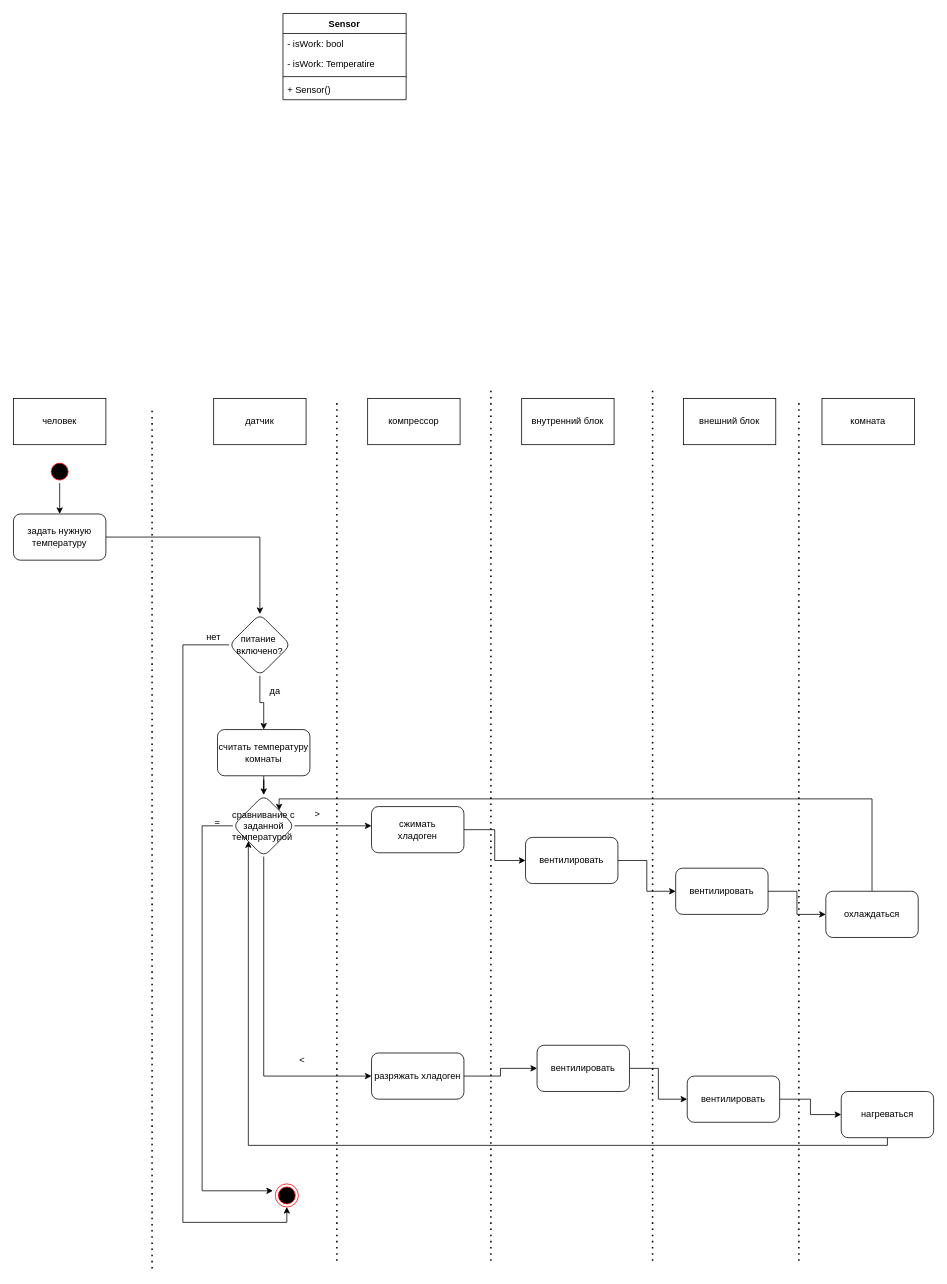
Above: exanamination.drawio in nfb1N/drawio (draw.io), before the change. Source tidied: cells renumbered, new cells numbered last; positions are measured from the earlier drawing's top-left corner, leaving out a move shared by most shapes. Both pictures are drawn from the tidied source at 77%, with x=0, y=0 at pixel (13, 13).
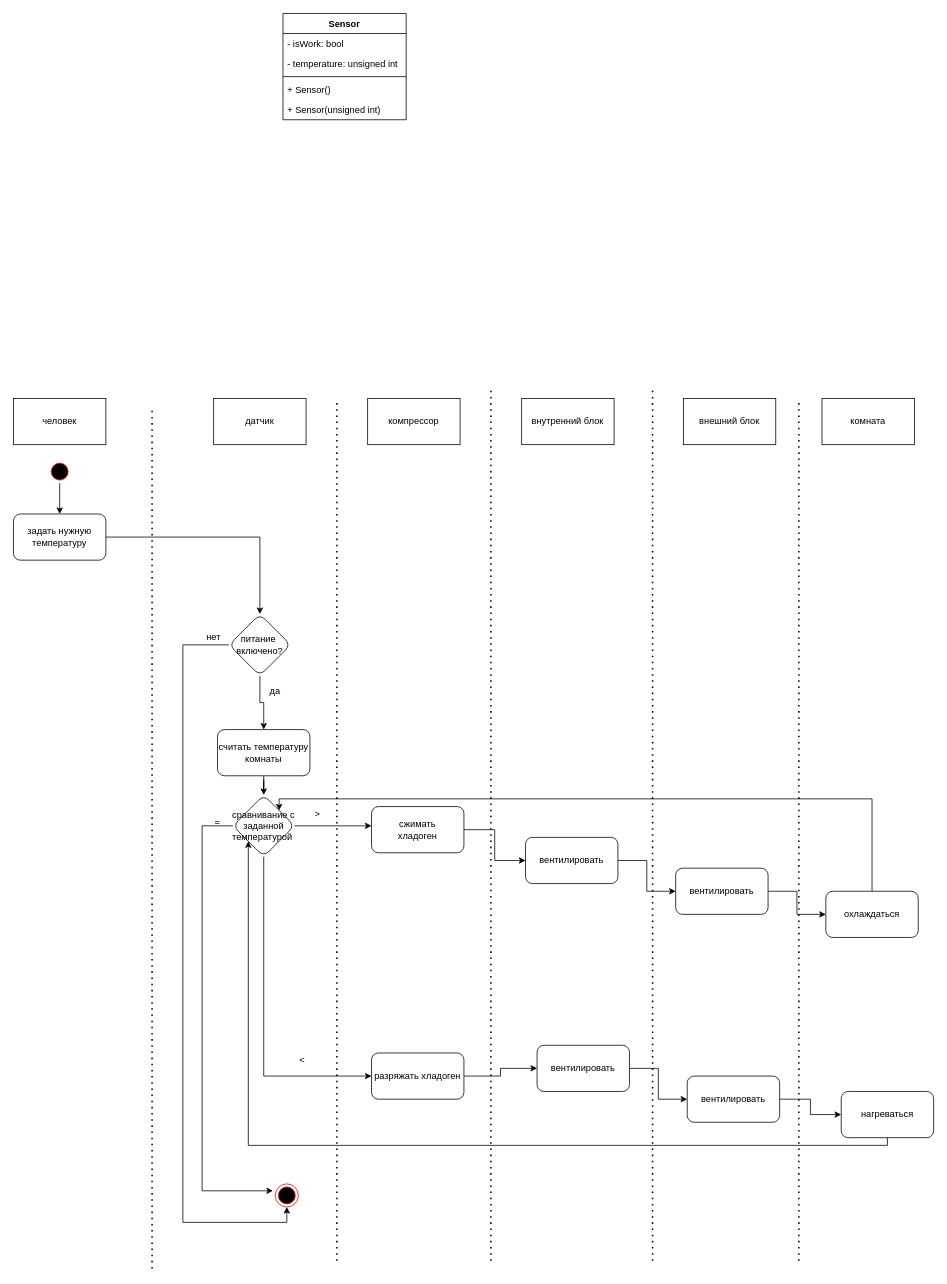
Above is the later version.

Diff of the diagram source:
```diff
@@
     <mxCell id="44" value="Sensor" style="swimlane;fontStyle=1;align=center;verticalAlign=top;horizontal=1;startSize=26;" parent="1" vertex="1">
-      <mxGeometry x="350" width="160" height="112" as="geometry" />
+      <mxGeometry x="350" width="160" height="138" as="geometry" />
     </mxCell>
@@
-    <mxCell id="46" value="- isWork: Temperatire" style="text;strokeColor=none;fillColor=none;align=left;verticalAlign=top;spacingLeft=4;spacingRight=4;overflow=hidden;" parent="44" vertex="1">
+    <mxCell id="46" value="- temperature: unsigned int" style="text;strokeColor=none;fillColor=none;align=left;verticalAlign=top;spacingLeft=4;spacingRight=4;overflow=hidden;" parent="44" vertex="1">
       <mxGeometry y="52" width="160" height="26" as="geometry" />
     </mxCell>
@@
+    <mxCell id="54" value="+ Sensor(unsigned int)" style="text;strokeColor=none;fillColor=none;align=left;verticalAlign=top;spacingLeft=4;spacingRight=4;overflow=hidden;" parent="44" vertex="1">
+      <mxGeometry y="112" width="160" height="26" as="geometry" />
+    </mxCell>
```
